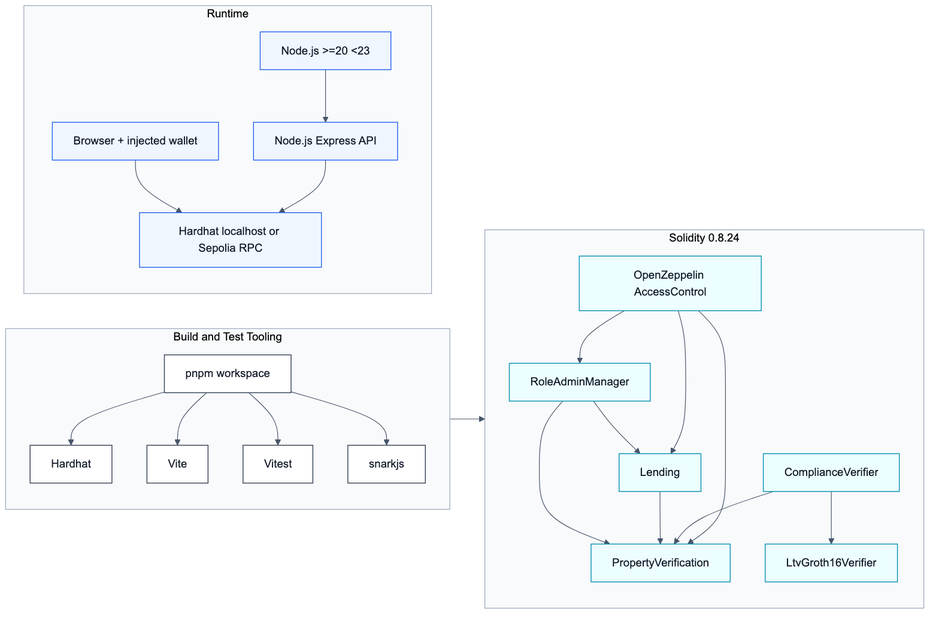
Before: docs/figures/03-technical-architecture.png, a diagram exported from Mermaid (Alan42x/proofestate). Its source is kept beside it as docs/figures/03-technical-architecture.mmd.
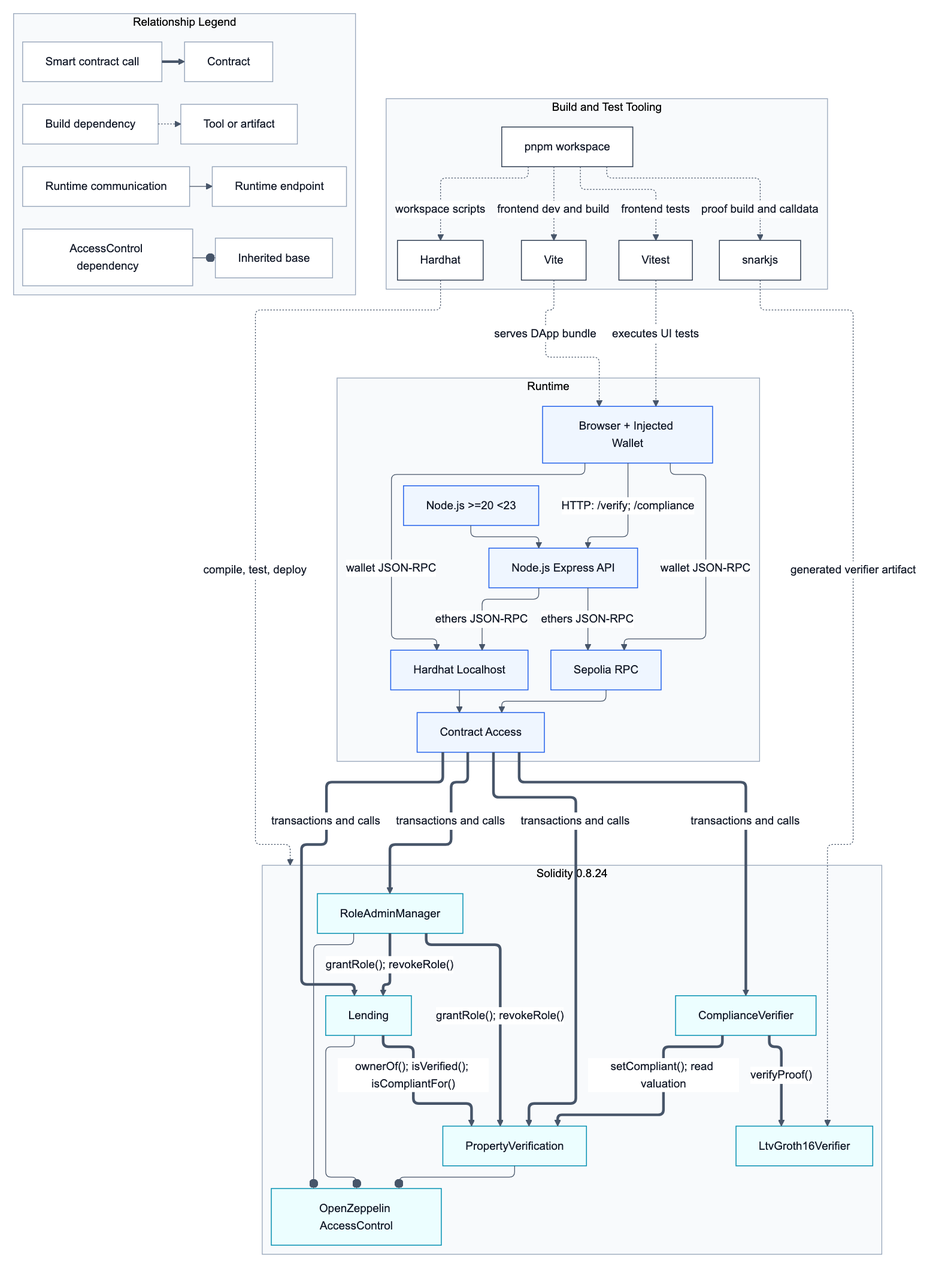
Later version of the same file.

Change to the diagram source:
```diff
@@ -1,7 +1,7 @@
-%%{init: {"theme": "base", "themeVariables": {"fontFamily": "Arial", "fontSize": "16px", "primaryColor": "#f8fafc", "primaryTextColor": "#111827", "primaryBorderColor": "#64748b", "lineColor": "#475569", "clusterBkg": "#f8fafc", "clusterBorder": "#94a3b8", "edgeLabelBackground": "#ffffff"}}}%%
-flowchart LR
+%%{init: {"theme": "base", "flowchart": {"defaultRenderer": "elk", "curve": "linear", "nodeSpacing": 54, "rankSpacing": 78, "wrappingWidth": 165, "diagramPadding": 18}, "elk": {"mergeEdges": false, "nodePlacementStrategy": "NETWORK_SIMPLEX", "nodePlacementAlignment": "BALANCED"}, "themeVariables": {"fontFamily": "Arial", "fontSize": "15px", "primaryColor": "#ffffff", "primaryTextColor": "#111827", "primaryBorderColor": "#64748b", "lineColor": "#475569", "clusterBkg": "#f8fafc", "clusterBorder": "#94a3b8", "edgeLabelBackground": "#ffffff"}}}%%
+flowchart TB
   subgraph Tooling["Build and Test Tooling"]
-    direction TB
+    direction LR
     PNPM["pnpm workspace"]
     Hardhat["Hardhat"]
     Vite["Vite"]
@@ -10,43 +10,71 @@
   end
 
   subgraph Runtime["Runtime"]
-    direction TB
-    Node["Node.js >=20 <23"]
-    Browser["Browser + injected wallet"]
-    Oracle["Node.js Express API"]
-    RPC["Hardhat localhost or Sepolia RPC"]
+    direction LR
+    NodeRuntime["Node.js >=20 <23"]
+    ExpressAPI["Node.js Express API"]
+    BrowserWallet["Browser + Injected Wallet"]
+    HardhatRPC["Hardhat Localhost"]
+    SepoliaRPC["Sepolia RPC"]
+    ContractAccess["Contract Access"]
   end
 
   subgraph Solidity["Solidity 0.8.24"]
-    direction TB
-    OZ["OpenZeppelin AccessControl"]
-    PV["PropertyVerification"]
-    CV["ComplianceVerifier"]
-    Verifier["LtvGroth16Verifier"]
+    direction LR
+    AccessControl["OpenZeppelin AccessControl"]
+    RoleAdminManager["RoleAdminManager"]
     Lending["Lending"]
-    Roles["RoleAdminManager"]
+    PropertyVerification["PropertyVerification"]
+    ComplianceVerifier["ComplianceVerifier"]
+    LtvGroth16Verifier["LtvGroth16Verifier"]
   end
 
-  PNPM --> Hardhat
-  PNPM --> Vite
-  PNPM --> Vitest
-  PNPM --> Snarkjs
-  Node --> Oracle
-  Browser --> RPC
-  Oracle --> RPC
-  Hardhat --> Solidity
-  OZ --> PV
-  OZ --> Lending
-  OZ --> Roles
-  CV --> Verifier
-  CV --> PV
-  Lending --> PV
-  Roles --> PV
-  Roles --> Lending
+  subgraph Legend["Relationship Legend"]
+    direction LR
+    BuildA["Build dependency"] -.-> BuildB["Tool or artifact"]
+    RuntimeA["Runtime communication"] --> RuntimeB["Runtime endpoint"]
+    CallA["Smart contract call"] ==> CallB["Contract"]
+    AccessA["AccessControl dependency"] --o AccessB["Inherited base"]
+  end
 
+  PNPM -.->|workspace scripts| Hardhat
+  PNPM -.->|frontend dev and build| Vite
+  PNPM -.->|frontend tests| Vitest
+  PNPM -.->|proof build and calldata| Snarkjs
+  Hardhat -.->|compile, test, deploy| Solidity
+  Snarkjs -.->|generated verifier artifact| LtvGroth16Verifier
+  Vite -.->|serves DApp bundle| BrowserWallet
+  Vitest -.->|executes UI tests| BrowserWallet
+
+  NodeRuntime --> ExpressAPI
+  BrowserWallet -->|"HTTP: /verify; /compliance"| ExpressAPI
+  BrowserWallet -->|wallet JSON-RPC| HardhatRPC
+  BrowserWallet -->|wallet JSON-RPC| SepoliaRPC
+  ExpressAPI -->|ethers JSON-RPC| HardhatRPC
+  ExpressAPI -->|ethers JSON-RPC| SepoliaRPC
+  HardhatRPC --> ContractAccess
+  SepoliaRPC --> ContractAccess
+
+  ContractAccess ==>|transactions and calls| RoleAdminManager
+  ContractAccess ==>|transactions and calls| Lending
+  ContractAccess ==>|transactions and calls| PropertyVerification
+  ContractAccess ==>|transactions and calls| ComplianceVerifier
+
+  ComplianceVerifier ==>|"verifyProof()"| LtvGroth16Verifier
+  ComplianceVerifier ==>|"setCompliant(); read valuation"| PropertyVerification
+  Lending ==>|"ownerOf(); isVerified(); isCompliantFor()"| PropertyVerification
+  RoleAdminManager ==>|"grantRole(); revokeRole()"| PropertyVerification
+  RoleAdminManager ==>|"grantRole(); revokeRole()"| Lending
+
+  RoleAdminManager --o AccessControl
+  Lending --o AccessControl
+  PropertyVerification --o AccessControl
+
+  classDef legend fill:#ffffff,stroke:#94a3b8,stroke-width:1.1px,color:#111827;
   classDef tool fill:#ffffff,stroke:#334155,stroke-width:1.2px,color:#111827;
   classDef runtime fill:#eff6ff,stroke:#2563eb,stroke-width:1.2px,color:#111827;
   classDef contract fill:#ecfeff,stroke:#0891b2,stroke-width:1.2px,color:#111827;
+  class BuildA,BuildB,RuntimeA,RuntimeB,CallA,CallB,AccessA,AccessB legend;
   class PNPM,Hardhat,Vite,Vitest,Snarkjs tool;
-  class Node,Browser,Oracle,RPC runtime;
-  class OZ,PV,CV,Verifier,Lending,Roles contract;
+  class NodeRuntime,ExpressAPI,BrowserWallet,HardhatRPC,SepoliaRPC,ContractAccess runtime;
+  class AccessControl,RoleAdminManager,Lending,PropertyVerification,ComplianceVerifier,LtvGroth16Verifier contract;
```
